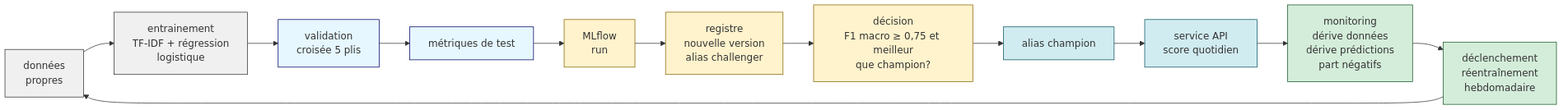
This is docs/diagrams/png/04_cycle_mlops.png from KinSushi/reviewpulse-pipeline, a Mermaid export, as it was before one commit. Its source is kept beside it as docs/diagrams/src/04_cycle_mlops.mmd.
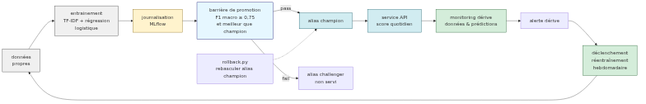
Above is the later version.

Diff of the diagram source:
```diff
@@ -1,16 +1,22 @@
 flowchart LR
-    A["données<br/>propres"]
-    B["entrainement<br/>TF-IDF + régression<br/>logistique"]
-    C["validation<br/>croisée 5 plis"]
-    D["métriques de test"]
-    E["MLflow<br/>run"]
-    F["registre<br/>nouvelle version<br/>alias challenger"]
-    G["décision<br/>F1 macro ≥ 0,75 et meilleur<br/>que champion?"]
-    H["alias champion"]
-    I["service API<br/>score quotidien"]
-    J["monitoring<br/>dérive données<br/>dérive prédictions<br/>part négatifs"]
-    K["déclenchement<br/>réentraînement<br/>hebdomadaire"]
-    A --> B --> C --> D --> E --> F --> G --> H --> I --> J --> K --> A
+    D1["données<br/>propres"]
+    T1["entrainement<br/>TF-IDF + régression<br/>logistique"]
+    M1["journalisation<br/>MLflow"]
+    B1["barrière de promotion<br/>F1 macro ≥ 0,75<br/>et meilleur que champion"]
+    CH["alias champion"]
+    C1["alias challenger<br/>non servi"]
+    S1["service API<br/>score quotidien"]
+    MON["monitoring dérive<br/>données & prédictions"]
+    A1["alerte dérive"]
+    RE["déclenchement<br/>réentraînement<br/>hebdomadaire"]
+    ROL["rollback.py<br/>rebasculer alias champion"]
+
+    D1 --> T1 --> M1 --> B1
+    B1 -->|pass| CH
+    B1 -->|fail| C1
+    CH --> S1
+    S1 --> MON --> A1 --> RE --> D1
+    ROL -.-> CH
 
     classDef data fill:#f0f0f0,stroke:#333;
     classDef model fill:#e6f7ff,stroke:#006;
@@ -18,8 +24,8 @@
     classDef service fill:#d1ecf1,stroke:#0c5460;
     classDef monitor fill:#d4edda,stroke:#155724;
 
-    class A,B data
-    class C,D model
-    class E,F,G mlflow
-    class H,I service
-    class J,K monitor
+    class D1,T1 data
+    class B1 model
+    class M1 mlflow
+    class CH,S1 service
+    class MON,RE monitor
```
